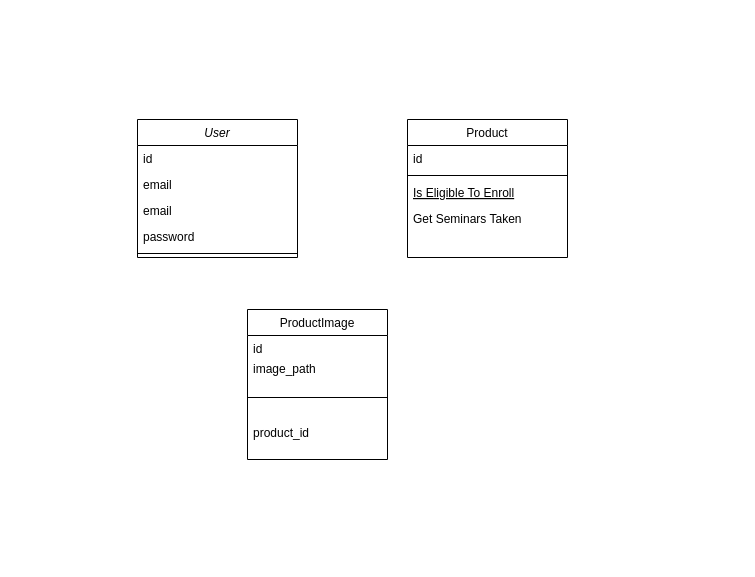
Earlier version of the draw.io diagram public/product_management.drawio (JuniorDCoder/bridge-africa-task). Source tidied: cells renumbered, new cells numbered last; positions are measured from the earlier drawing's top-left corner, leaving out a move shared by most shapes. Both pictures are drawn from the tidied source at 100%, with x=0, y=0 at pixel (137, 119).
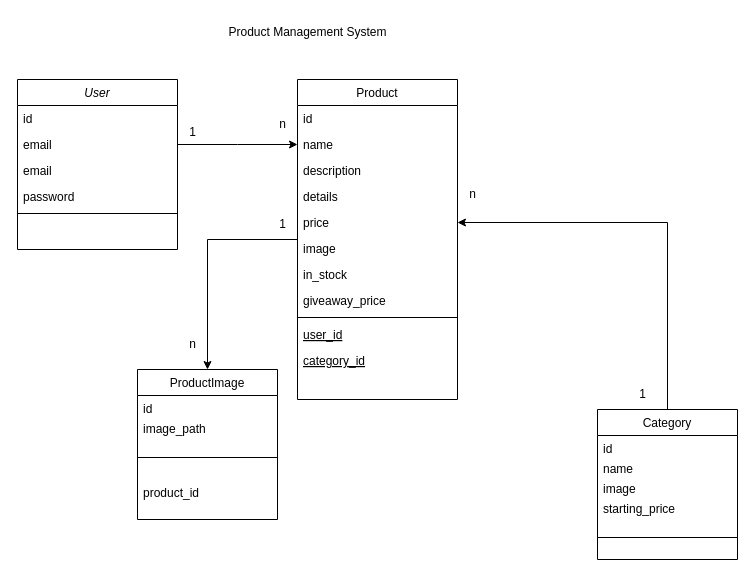
Above is the later version.

Unchanged cells that the change refers to:
```xml
<mxCell id="4" value="email" style="text;align=left;verticalAlign=top;spacingLeft=4;spacingRight=4;overflow=hidden;points=[[0,0.5],[1,0.5]];portConstraint=eastwest;rounded=0;shadow=0;html=0;" parent="2" vertex="1">
  <mxGeometry y="52" width="160" height="26" as="geometry" />
</mxCell>
```

The edit, as a diff of the source:
```diff
@@
     <mxCell id="2" value="User" style="swimlane;fontStyle=2;align=center;verticalAlign=top;horizontal=1;startSize=26;rounded=0;shadow=0;strokeWidth=1;" parent="1" vertex="1">
-      <mxGeometry width="160" height="138" as="geometry" />
+      <mxGeometry x="-120" y="-40" width="160" height="170" as="geometry" />
     </mxCell>
@@
+    <mxCell id="18" style="edgeStyle=orthogonalEdgeStyle;rounded=0;jettySize=auto;html=1;exitX=1;exitY=0.5;exitDx=0;exitDy=0;" parent="2" edge="1" source="4">
+      <mxGeometry relative="1" as="geometry">
+        <mxPoint x="280" y="65" as="targetPoint" />
+      </mxGeometry>
+    </mxCell>
@@
+    <mxCell id="19" style="edgeStyle=orthogonalEdgeStyle;rounded=0;jettySize=auto;html=1;entryX=0.5;entryY=0;entryDx=0;entryDy=0;" parent="1" edge="1" source="8" target="13">
+      <mxGeometry relative="1" as="geometry" />
+    </mxCell>
     <mxCell id="8" value="Product" style="swimlane;fontStyle=0;align=center;verticalAlign=top;horizontal=1;startSize=26;rounded=0;shadow=0;strokeWidth=1;" parent="1" vertex="1">
-      <mxGeometry x="270" width="160" height="138" as="geometry" />
+      <mxGeometry x="160" y="-40" width="160" height="320" as="geometry" />
     </mxCell>
@@
+    <mxCell id="20" value="name" style="text;align=left;verticalAlign=top;spacingLeft=4;spacingRight=4;overflow=hidden;rounded=0;shadow=0;html=0;" parent="8" vertex="1">
+      <mxGeometry y="52" width="160" height="26" as="geometry" />
+    </mxCell>
+    <mxCell id="21" value="description" style="text;align=left;verticalAlign=top;spacingLeft=4;spacingRight=4;overflow=hidden;rounded=0;shadow=0;html=0;" parent="8" vertex="1">
+      <mxGeometry y="78" width="160" height="26" as="geometry" />
+    </mxCell>
+    <mxCell id="22" value="details" style="text;align=left;verticalAlign=top;spacingLeft=4;spacingRight=4;overflow=hidden;rounded=0;shadow=0;html=0;" parent="8" vertex="1">
+      <mxGeometry y="104" width="160" height="26" as="geometry" />
+    </mxCell>
+    <mxCell id="23" value="price" style="text;align=left;verticalAlign=top;spacingLeft=4;spacingRight=4;overflow=hidden;points=[[0,0.5],[1,0.5]];portConstraint=eastwest;rounded=0;shadow=0;html=0;" parent="8" vertex="1">
+      <mxGeometry y="130" width="160" height="26" as="geometry" />
+    </mxCell>
+    <mxCell id="24" value="image" style="text;align=left;verticalAlign=top;spacingLeft=4;spacingRight=4;overflow=hidden;rounded=0;shadow=0;html=0;" parent="8" vertex="1">
+      <mxGeometry y="156" width="160" height="26" as="geometry" />
+    </mxCell>
+    <mxCell id="25" value="in_stock" style="text;align=left;verticalAlign=top;spacingLeft=4;spacingRight=4;overflow=hidden;rounded=0;shadow=0;html=0;" parent="8" vertex="1">
+      <mxGeometry y="182" width="160" height="26" as="geometry" />
+    </mxCell>
+    <mxCell id="26" value="giveaway_price" style="text;align=left;verticalAlign=top;spacingLeft=4;spacingRight=4;overflow=hidden;rounded=0;shadow=0;html=0;" parent="8" vertex="1">
+      <mxGeometry y="208" width="160" height="26" as="geometry" />
+    </mxCell>
     <mxCell id="10" style="line;html=1;strokeWidth=1;align=left;verticalAlign=middle;spacingTop=-1;spacingLeft=3;spacingRight=3;labelPosition=right;" parent="8" vertex="1">
-      <mxGeometry y="52" width="160" height="8" as="geometry" />
+      <mxGeometry y="234" width="160" height="8" as="geometry" />
     </mxCell>
-    <mxCell id="11" value="Is Eligible To Enroll" style="text;align=left;verticalAlign=top;spacingLeft=4;spacingRight=4;overflow=hidden;fontStyle=4;" parent="8" vertex="1">
-      <mxGeometry y="60" width="160" height="26" as="geometry" />
+    <mxCell id="11" value="user_id" style="text;align=left;verticalAlign=top;spacingLeft=4;spacingRight=4;overflow=hidden;fontStyle=4;" parent="8" vertex="1">
+      <mxGeometry y="242" width="160" height="26" as="geometry" />
     </mxCell>
-    <mxCell id="12" value="Get Seminars Taken" style="text;align=left;verticalAlign=top;spacingLeft=4;spacingRight=4;overflow=hidden;" parent="8" vertex="1">
-      <mxGeometry y="86" width="160" height="26" as="geometry" />
-    </mxCell>
+    <mxCell id="27" value="category_id" style="text;align=left;verticalAlign=top;spacingLeft=4;spacingRight=4;overflow=hidden;fontStyle=4;" parent="8" vertex="1">
+      <mxGeometry y="268" width="160" height="26" as="geometry" />
+    </mxCell>
     <mxCell id="13" value="ProductImage" style="swimlane;fontStyle=0;align=center;verticalAlign=top;horizontal=1;startSize=26;rounded=0;shadow=0;strokeWidth=1;" parent="1" vertex="1">
-      <mxGeometry x="110" y="190" width="140" height="150" as="geometry" />
+      <mxGeometry y="250" width="140" height="150" as="geometry" />
     </mxCell>
@@
+    <mxCell id="28" value="1" style="text;html=1;align=center;verticalAlign=middle;strokeColor=none;fillColor=none;" parent="1" vertex="1">
+      <mxGeometry x="40" y="-2" width="30" height="30" as="geometry" />
+    </mxCell>
+    <mxCell id="29" value="n" style="text;html=1;align=center;verticalAlign=middle;strokeColor=none;fillColor=none;" parent="1" vertex="1">
+      <mxGeometry x="130" y="-10" width="30" height="30" as="geometry" />
+    </mxCell>
+    <mxCell id="30" value="1" style="text;html=1;align=center;verticalAlign=middle;strokeColor=none;fillColor=none;" parent="1" vertex="1">
+      <mxGeometry x="130" y="90" width="30" height="30" as="geometry" />
+    </mxCell>
+    <mxCell id="31" value="n" style="text;html=1;align=center;verticalAlign=middle;strokeColor=none;fillColor=none;" parent="1" vertex="1">
+      <mxGeometry x="40" y="210" width="30" height="30" as="geometry" />
+    </mxCell>
+    <mxCell id="32" value="Product Management System" style="text;html=1;align=center;verticalAlign=middle;strokeColor=none;fillColor=none;" parent="1" vertex="1">
+      <mxGeometry x="80" y="-102" width="180" height="30" as="geometry" />
+    </mxCell>
+    <mxCell id="33" style="edgeStyle=orthogonalEdgeStyle;rounded=0;jettySize=auto;html=1;entryX=1;entryY=0.5;entryDx=0;entryDy=0;" parent="1" edge="1" source="34" target="23">
+      <mxGeometry relative="1" as="geometry" />
+    </mxCell>
+    <mxCell id="34" value="Category" style="swimlane;fontStyle=0;align=center;verticalAlign=top;horizontal=1;startSize=26;rounded=0;shadow=0;strokeWidth=1;" parent="1" vertex="1">
+      <mxGeometry x="460" y="290" width="140" height="150" as="geometry" />
+    </mxCell>
+    <mxCell id="35" value="id" style="text;align=left;verticalAlign=top;spacingLeft=4;spacingRight=4;overflow=hidden;rounded=0;shadow=0;html=0;" parent="34" vertex="1">
+      <mxGeometry y="26" width="140" height="20" as="geometry" />
+    </mxCell>
+    <mxCell id="36" value="name" style="text;align=left;verticalAlign=top;spacingLeft=4;spacingRight=4;overflow=hidden;rounded=0;shadow=0;html=0;" parent="34" vertex="1">
+      <mxGeometry y="46" width="140" height="20" as="geometry" />
+    </mxCell>
+    <mxCell id="37" value="image" style="text;align=left;verticalAlign=top;spacingLeft=4;spacingRight=4;overflow=hidden;rounded=0;shadow=0;html=0;" parent="34" vertex="1">
+      <mxGeometry y="66" width="140" height="20" as="geometry" />
+    </mxCell>
+    <mxCell id="38" value="starting_price" style="text;align=left;verticalAlign=top;spacingLeft=4;spacingRight=4;overflow=hidden;rounded=0;shadow=0;html=0;" parent="34" vertex="1">
+      <mxGeometry y="86" width="140" height="20" as="geometry" />
+    </mxCell>
+    <mxCell id="39" style="line;html=1;strokeWidth=1;align=left;verticalAlign=middle;spacingTop=-1;spacingLeft=3;spacingRight=3;labelPosition=right;" parent="34" vertex="1">
+      <mxGeometry y="106" width="140" height="44" as="geometry" />
+    </mxCell>
+    <mxCell id="40" value="n" style="text;html=1;align=center;verticalAlign=middle;strokeColor=none;fillColor=none;" parent="1" vertex="1">
+      <mxGeometry x="320" y="60" width="30" height="30" as="geometry" />
+    </mxCell>
+    <mxCell id="41" value="1" style="text;html=1;align=center;verticalAlign=middle;strokeColor=none;fillColor=none;" parent="1" vertex="1">
+      <mxGeometry x="490" y="260" width="30" height="30" as="geometry" />
+    </mxCell>
```
